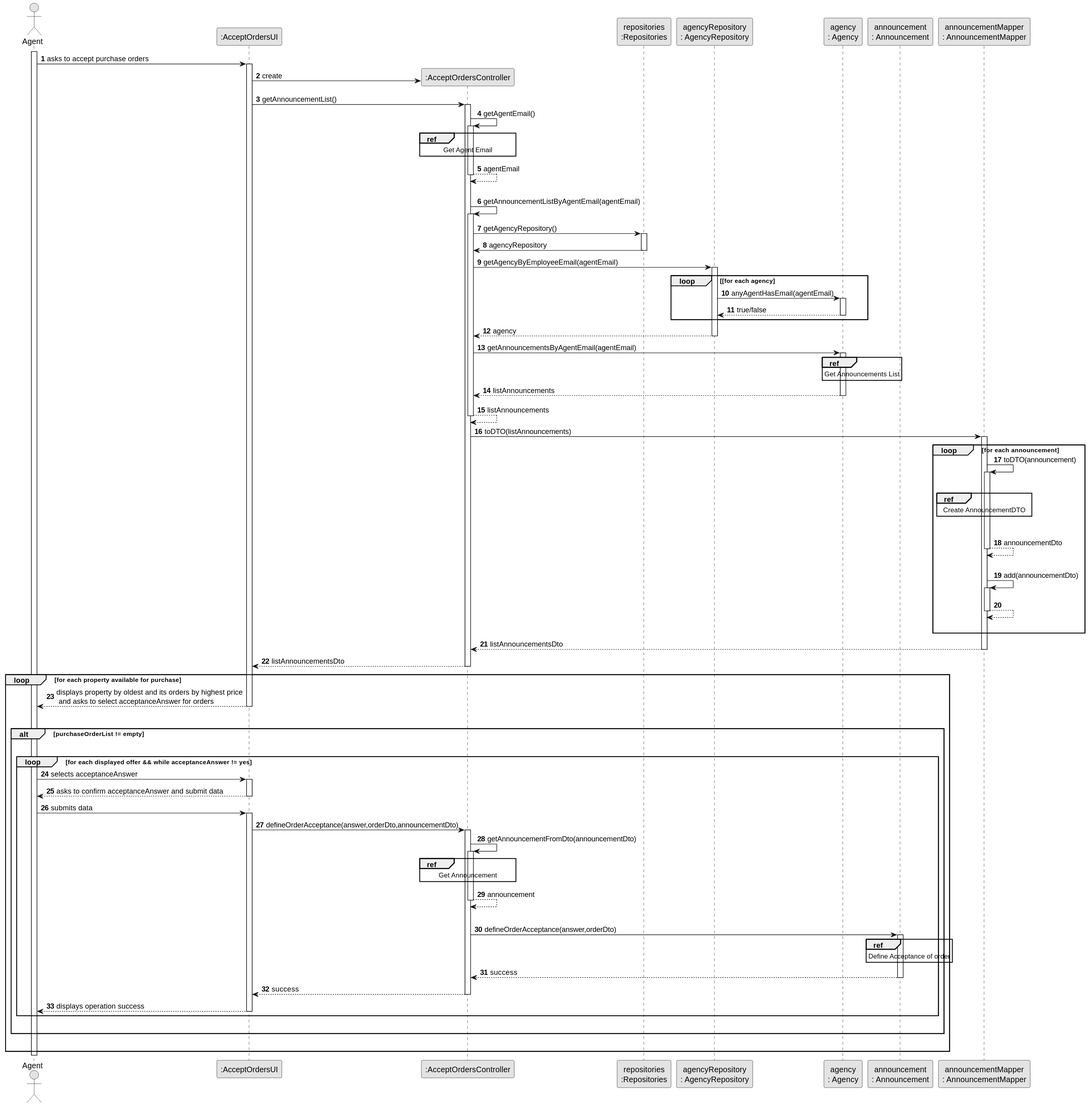
This is docs/sprintC/us011/03.design/svg/us011-sequence-diagram-split.svg from rita-barbosa/LAPR2-2223, a PlantUML export, as it was before one commit. Its diagram source:
```plantuml
@startuml
skinparam monochrome true
skinparam packageStyle rectangle
skinparam shadowing false

autonumber

actor "Agent" as ADM
 participant ":AcceptOrdersUI" as UI
 participant ":AcceptOrdersController" as CTRL
 participant "repositories\n:Repositories" as PLAT
 participant "agencyRepository\n: AgencyRepository" as AgRep
 participant "agency\n: Agency" as AGENCY
 participant "announcement\n: Announcement" as Announce
 participant "announcementMapper\n: AnnouncementMapper" as AnnMAPPER

activate ADM
    ADM -> UI : asks to accept purchase orders
    activate UI

    UI -> CTRL** : create

    UI -> CTRL : getAnnouncementList()
    activate CTRL

    CTRL -> CTRL : getAgentEmail()
    activate CTRL

        ref over CTRL
            Get Agent Email
        end ref

     CTRL --> CTRL : agentEmail
     deactivate CTRL

     |||
     CTRL -> CTRL: getAnnouncementListByAgentEmail(agentEmail)
     activate CTRL

     CTRL -> PLAT :  getAgencyRepository()
     activate PLAT

     PLAT -> CTRL : agencyRepository
     deactivate PLAT
     CTRL -> AgRep: getAgencyByEmployeeEmail(agentEmail)
     activate AgRep

         loop [for each agency
             AgRep -> AGENCY : anyAgentHasEmail(agentEmail)
             activate AGENCY

                  AGENCY --> AgRep : true/false
             deactivate AGENCY
         end
         AgRep --> CTRL : agency
     deactivate AgRep

     CTRL -> AGENCY: getAnnouncementsByAgentEmail(agentEmail)
     activate AGENCY

     ref over AGENCY
        Get Announcements List
     end ref

     AGENCY --> CTRL : listAnnouncements
     deactivate AGENCY

     CTRL --> CTRL: listAnnouncements
     deactivate CTRL

    CTRL -> AnnMAPPER : toDTO(listAnnouncements)
         activate AnnMAPPER

            loop for each announcement

            AnnMAPPER -> AnnMAPPER : toDTO(announcement)
            activate AnnMAPPER
                 |||
                 ref over AnnMAPPER
                      Create AnnouncementDTO
                 end ref
            |||
            AnnMAPPER --> AnnMAPPER: announcementDto
            deactivate AnnMAPPER
            |||
            AnnMAPPER -> AnnMAPPER: add(announcementDto)
            activate AnnMAPPER

            AnnMAPPER --> AnnMAPPER:
            deactivate AnnMAPPER

            |||
            end loop

         AnnMAPPER --> CTRL : listAnnouncementsDto
         deactivate AnnMAPPER

     CTRL --> UI: listAnnouncementsDto
     deactivate CTRL

    loop for each property available for purchase

    UI --> ADM : displays property by oldest and its orders by highest price\n and asks to select acceptanceAnswer for orders
    deactivate UI
        |||
        alt purchaseOrderList != empty
            |||
            loop for each displayed offer && while acceptanceAnswer != yes

            ADM -> UI  : selects acceptanceAnswer
            activate UI

            UI --> ADM : asks to confirm acceptanceAnswer and submit data
            deactivate UI

            ADM -> UI  : submits data
            activate UI

            UI -> CTRL : defineOrderAcceptance(answer,orderDto,announcementDto)
            activate CTRL

            CTRL -> CTRL: getAnnouncementFromDto(announcementDto)
            activate CTRL

                ref over CTRL
                    Get Announcement
                end ref

            CTRL --> CTRL : announcement
            deactivate CTRL

            |||
            CTRL-> Announce : defineOrderAcceptance(answer,orderDto)
            activate Announce

            ref over Announce
                Define Acceptance of order
            end ref

            Announce --> CTRL : success
            deactivate Announce

            CTRL --> UI : success
            deactivate CTRL

            UI --> ADM : displays operation success
            deactivate UI

            end loop
        |||
        end alt
    |||
    end loop

    deactivate ADM
@enduml
```
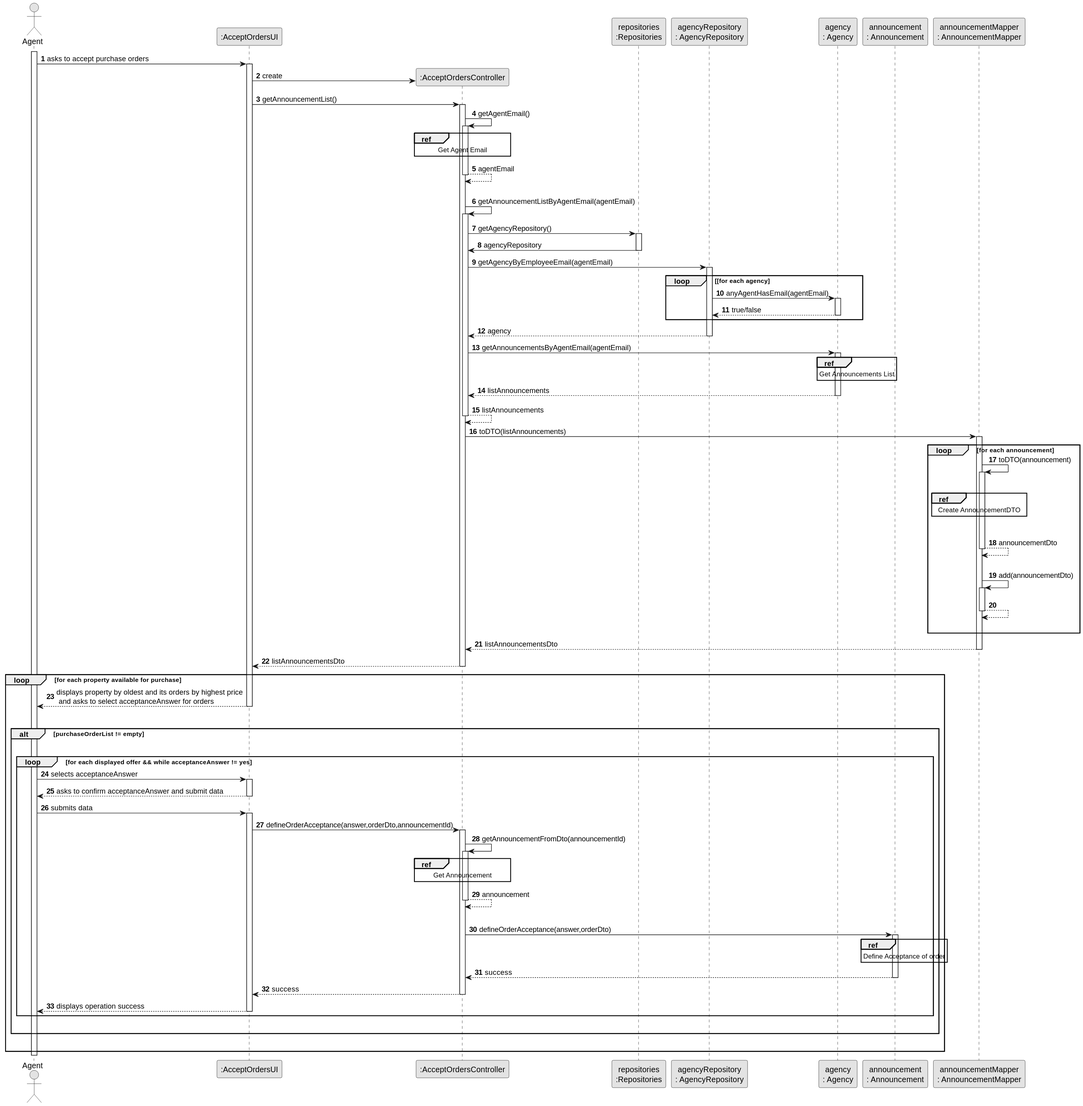
After the commit.

Commit message:
Update diagrams: sequence & class [US011][Design][#05 Task]

What changed in the source:
```diff
@@ -116,10 +116,10 @@
             ADM -> UI  : submits data
             activate UI
 
-            UI -> CTRL : defineOrderAcceptance(answer,orderDto,announcementDto)
+            UI -> CTRL : defineOrderAcceptance(answer,orderDto,announcementId)
             activate CTRL
 
-            CTRL -> CTRL: getAnnouncementFromDto(announcementDto)
+            CTRL -> CTRL: getAnnouncementFromDto(announcementId)
             activate CTRL
 
                 ref over CTRL
```
